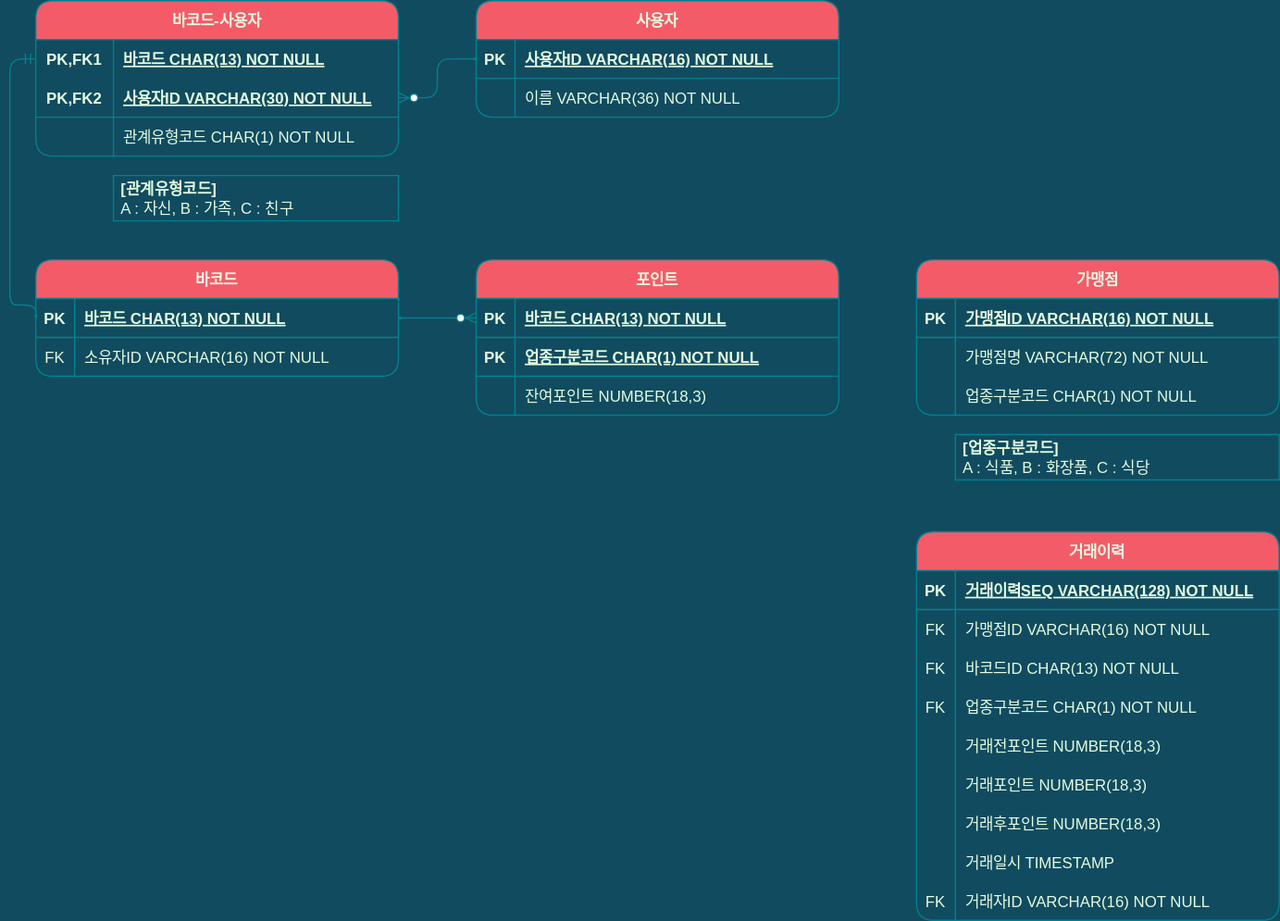
Before: document/kakaopay-membership.svg, a diagram exported from draw.io (TyronneJeong/KakaoPay-Subject). Source tidied: cells renumbered, new cells last; positions are measured from the earlier drawing's top-left corner, leaving out a move shared by most shapes.
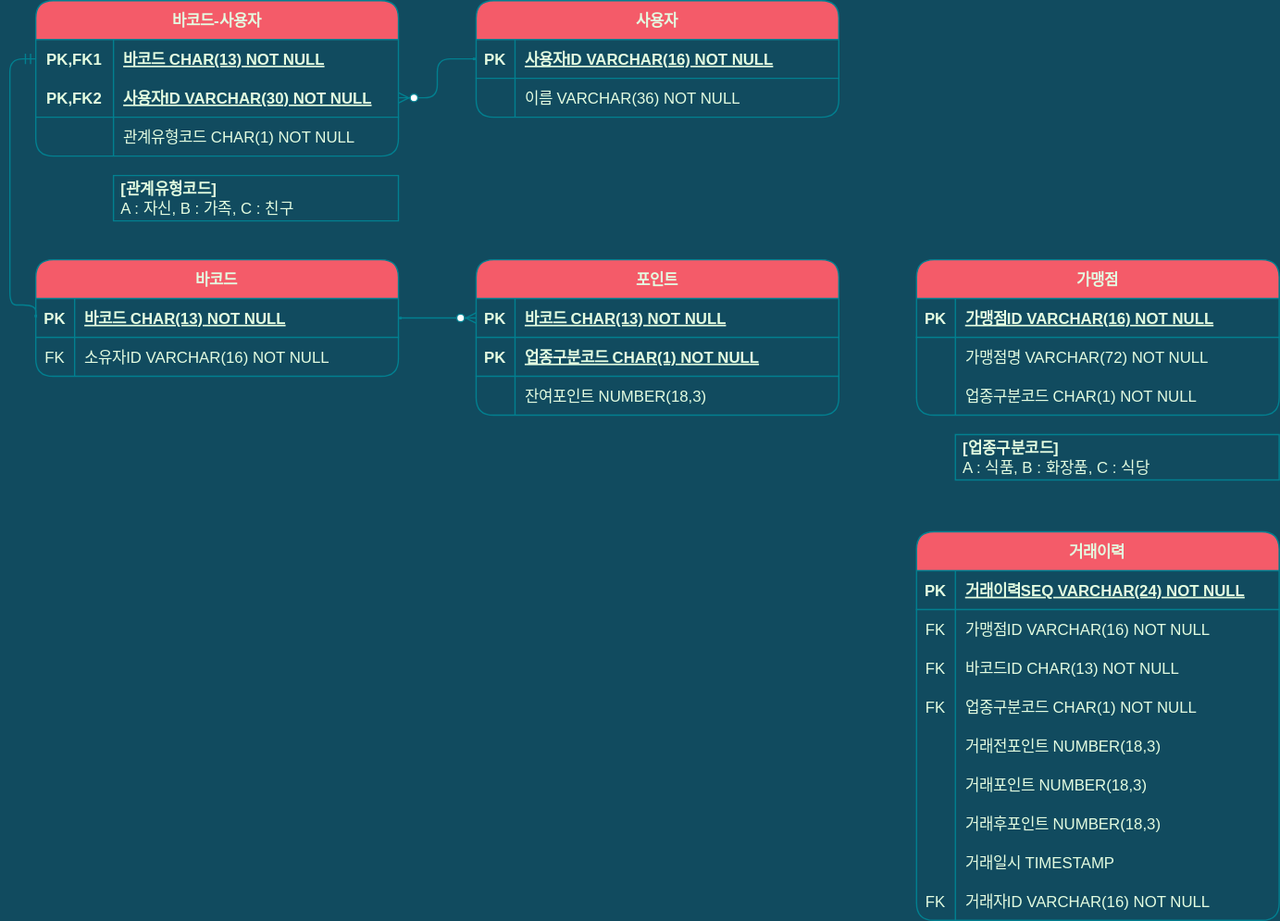
Above is the later version.

Diff of the diagram source:
```diff
@@ -143,7 +143,7 @@
     <mxCell id="48" value="PK" style="shape=partialRectangle;fillColor=none;top=0;left=0;bottom=0;right=0;fontStyle=1;overflow=hidden;rounded=1;strokeColor=#028090;fontColor=#E4FDE1;" parent="47" vertex="1">
       <mxGeometry width="30" height="30" as="geometry" />
     </mxCell>
-    <mxCell id="49" value="거래이력SEQ VARCHAR(128) NOT NULL" style="shape=partialRectangle;fillColor=none;top=0;left=0;bottom=0;right=0;align=left;spacingLeft=6;fontStyle=5;overflow=hidden;rounded=1;strokeColor=#028090;fontColor=#E4FDE1;" parent="47" vertex="1">
+    <mxCell id="49" value="거래이력SEQ VARCHAR(24) NOT NULL" style="shape=partialRectangle;fillColor=none;top=0;left=0;bottom=0;right=0;align=left;spacingLeft=6;fontStyle=5;overflow=hidden;rounded=1;strokeColor=#028090;fontColor=#E4FDE1;" parent="47" vertex="1">
       <mxGeometry x="30" width="250" height="30" as="geometry" />
     </mxCell>
     <mxCell id="50" style="shape=tableRow;horizontal=0;startSize=0;swimlaneHead=0;swimlaneBody=0;fillColor=none;top=0;left=0;right=0;bottom=0;rounded=1;strokeColor=#028090;fontColor=#E4FDE1;" parent="46" vertex="1">
```
